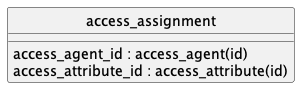
The PlantUML diagram doc/concepts/access_assignment/uml.png in contactopensource/contactopensource, before a commit. Its diagram source:
```plantuml
@startuml uml
skinparam monochrome true
skinparam linetype ortho
hide circle

entity access_assignment {
    access_agent_id : access_agent(id)
    access_attribute_id : access_attribute(id)
}

@enduml
```
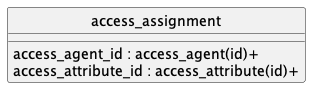
Later version of the same file.

What changed in the source:
```diff
@@ -4,8 +4,8 @@
 hide circle
 
 entity access_assignment {
-    access_agent_id : access_agent(id)
-    access_attribute_id : access_attribute(id)
+    access_agent_id : access_agent(id)+
+    access_attribute_id : access_attribute(id)+
 }
 
 @enduml
```
